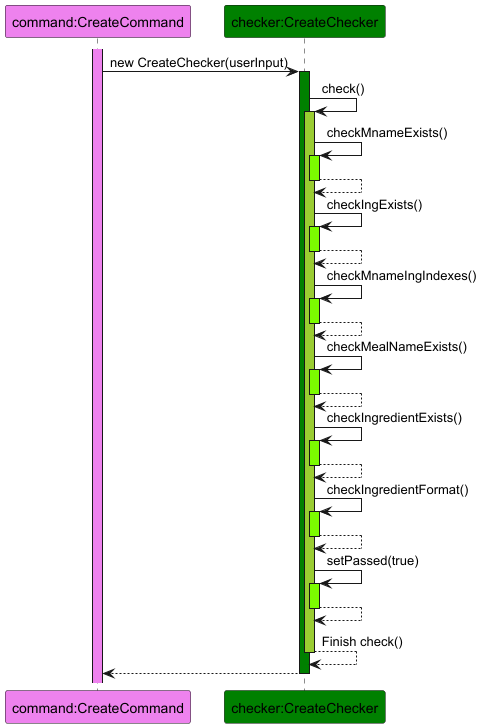
Above: docs/diagrams/CreateChecker.png in wentuoc/tp (PlantUML), before the change. Its diagram source:
```plantuml
@startuml
participant "command:CreateCommand" as CreateCommand #Violet
participant "checker:CreateChecker" as CreateChecker #Green
activate CreateCommand #Violet
CreateCommand -> CreateChecker : new CreateChecker(userInput)
activate CreateChecker #Green
CreateChecker -> CreateChecker : check()
activate CreateChecker #YellowGreen
CreateChecker -> CreateChecker : checkMnameExists()
activate CreateChecker #LawnGreen
CreateChecker --> CreateChecker
deactivate CreateChecker
CreateChecker -> CreateChecker : checkIngExists()
activate CreateChecker #LawnGreen
CreateChecker --> CreateChecker
deactivate CreateChecker
CreateChecker -> CreateChecker :checkMnameIngIndexes()
activate CreateChecker #LawnGreen
CreateChecker --> CreateChecker
deactivate CreateChecker
CreateChecker -> CreateChecker :checkMealNameExists()
activate CreateChecker #LawnGreen
CreateChecker --> CreateChecker
deactivate CreateChecker
CreateChecker -> CreateChecker :checkIngredientExists()
activate CreateChecker #LawnGreen
CreateChecker --> CreateChecker
deactivate CreateChecker
CreateChecker -> CreateChecker :checkIngredientFormat()
activate CreateChecker #LawnGreen
CreateChecker --> CreateChecker
deactivate CreateChecker
CreateChecker -> CreateChecker :setPassed(true)
activate CreateChecker #LawnGreen
CreateChecker --> CreateChecker
deactivate CreateChecker
CreateChecker --> CreateChecker : Finish check()
deactivate CreateChecker
CreateChecker --> CreateCommand
deactivate CreateChecker
@enduml
```
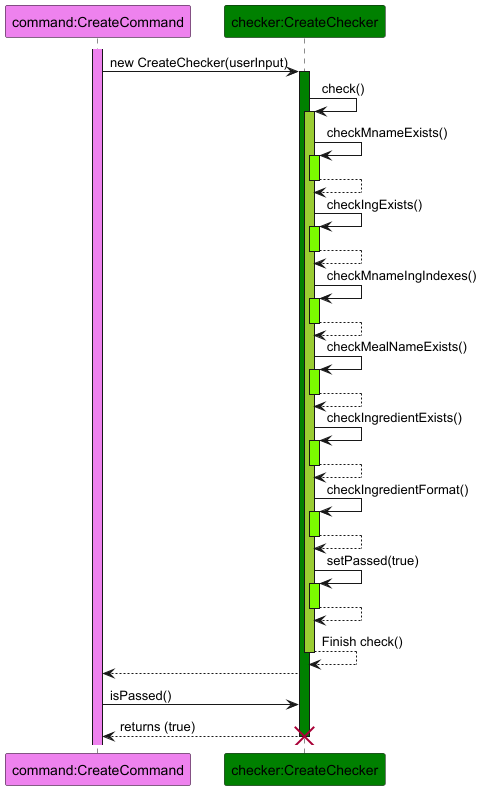
Later version of the same file.

The edit, as a diff of the source:
```diff
@@ -37,5 +37,8 @@
 CreateChecker --> CreateChecker : Finish check()
 deactivate CreateChecker
 CreateChecker --> CreateCommand
+CreateCommand -> CreateChecker : isPassed()
+CreateChecker --> CreateCommand : returns (true)
 deactivate CreateChecker
+destroy CreateChecker
 @enduml
```
